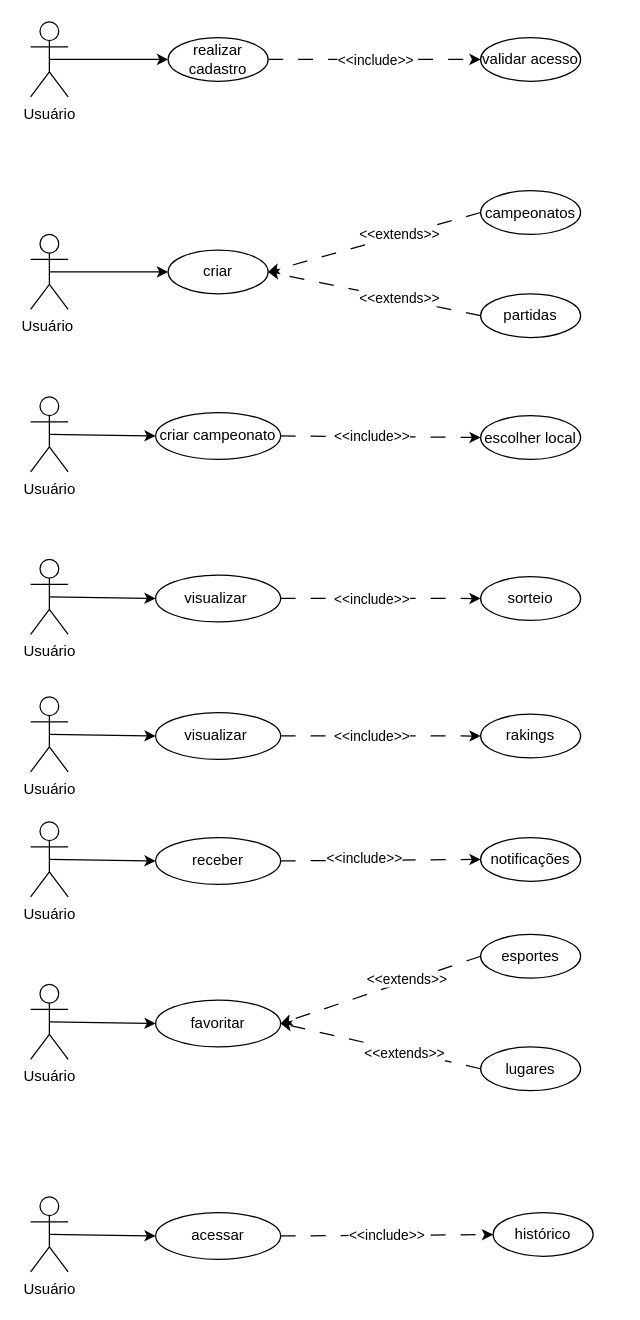
Above: playOnMatch/docs/draw/RFeNF.drawio in batista29/tcc (draw.io), before the change. Source tidied: cells renumbered, new cells numbered last; positions are measured from the earlier drawing's top-left corner, leaving out a move shared by most shapes. Both pictures are drawn from the tidied source at 125%, with x=0, y=0 at pixel (30, 21).
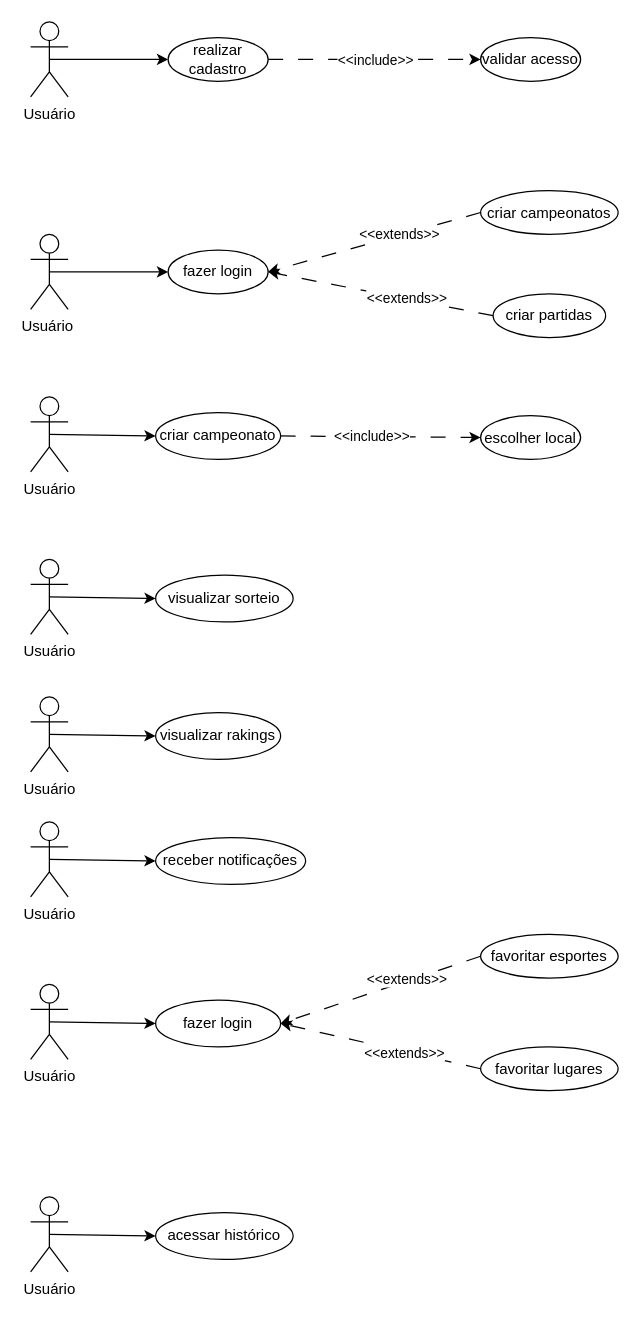
The same page after the edit.

What changed in the source:
```diff
@@
-    <mxCell id="10" value="criar" style="ellipse;whiteSpace=wrap;html=1;" parent="1" vertex="1">
+    <mxCell id="10" value="fazer login" style="ellipse;whiteSpace=wrap;html=1;" parent="1" vertex="1">
       <mxGeometry x="110" y="182.5" width="80" height="35" as="geometry" />
     </mxCell>
@@
-    <mxCell id="15" value="campeonatos" style="ellipse;whiteSpace=wrap;html=1;" parent="1" vertex="1">
-      <mxGeometry x="360" y="135" width="80" height="35" as="geometry" />
+    <mxCell id="15" value="criar campeonatos" style="ellipse;whiteSpace=wrap;html=1;" parent="1" vertex="1">
+      <mxGeometry x="360" y="135" width="110" height="35" as="geometry" />
     </mxCell>
-    <mxCell id="16" value="partidas" style="ellipse;whiteSpace=wrap;html=1;" parent="1" vertex="1">
-      <mxGeometry x="360" y="217.5" width="80" height="35" as="geometry" />
+    <mxCell id="16" value="criar partidas" style="ellipse;whiteSpace=wrap;html=1;" parent="1" vertex="1">
+      <mxGeometry x="370" y="217.5" width="90" height="35" as="geometry" />
     </mxCell>
@@
-    <mxCell id="25" value="visualizar&amp;nbsp;" style="ellipse;whiteSpace=wrap;html=1;" parent="1" vertex="1">
-      <mxGeometry x="100" y="442.5" width="100" height="37.5" as="geometry" />
+    <mxCell id="25" value="visualizar sorteio" style="ellipse;whiteSpace=wrap;html=1;" parent="1" vertex="1">
+      <mxGeometry x="100" y="442.5" width="110" height="37.5" as="geometry" />
     </mxCell>
-    <mxCell id="26" style="endArrow=classic;html=1;rounded=0;exitX=1;exitY=0.5;exitDx=0;exitDy=0;entryX=0;entryY=0.5;entryDx=0;entryDy=0;dashed=1;dashPattern=12 12;" parent="1" edge="1" source="25" target="28">
-      <mxGeometry relative="1" as="geometry" />
-    </mxCell>
-    <mxCell id="27" value="&amp;lt;&amp;lt;include&amp;gt;&amp;gt;" style="edgeLabel;html=1;align=center;verticalAlign=middle;" parent="26" vertex="1">
-      <mxGeometry x="-0.22" y="-1" relative="1" as="geometry">
-        <mxPoint x="11" y="-1" as="offset" />
-      </mxGeometry>
-    </mxCell>
-    <mxCell id="28" value="sorteio" style="ellipse;whiteSpace=wrap;html=1;" parent="1" vertex="1">
-      <mxGeometry x="360" y="443.8" width="80" height="35" as="geometry" />
-    </mxCell>
@@
-    <mxCell id="31" value="visualizar&amp;nbsp;" style="ellipse;whiteSpace=wrap;html=1;" parent="1" vertex="1">
+    <mxCell id="31" value="visualizar rakings" style="ellipse;whiteSpace=wrap;html=1;" parent="1" vertex="1">
       <mxGeometry x="100" y="552.5" width="100" height="37.5" as="geometry" />
     </mxCell>
-    <mxCell id="32" style="endArrow=classic;html=1;rounded=0;exitX=1;exitY=0.5;exitDx=0;exitDy=0;entryX=0;entryY=0.5;entryDx=0;entryDy=0;dashed=1;dashPattern=12 12;" parent="1" edge="1" source="31" target="34">
-      <mxGeometry relative="1" as="geometry" />
-    </mxCell>
-    <mxCell id="33" value="&amp;lt;&amp;lt;include&amp;gt;&amp;gt;" style="edgeLabel;html=1;align=center;verticalAlign=middle;" parent="32" vertex="1">
-      <mxGeometry x="-0.22" y="-1" relative="1" as="geometry">
-        <mxPoint x="11" y="-1" as="offset" />
-      </mxGeometry>
-    </mxCell>
-    <mxCell id="34" value="rakings" style="ellipse;whiteSpace=wrap;html=1;" parent="1" vertex="1">
-      <mxGeometry x="360" y="553.8" width="80" height="35" as="geometry" />
-    </mxCell>
@@
-    <mxCell id="37" value="receber" style="ellipse;whiteSpace=wrap;html=1;" parent="1" vertex="1">
-      <mxGeometry x="100" y="652.5" width="100" height="37.5" as="geometry" />
+    <mxCell id="37" value="receber notificações" style="ellipse;whiteSpace=wrap;html=1;" parent="1" vertex="1">
+      <mxGeometry x="100" y="652.5" width="120" height="37.5" as="geometry" />
     </mxCell>
-    <mxCell id="38" style="endArrow=classic;html=1;rounded=0;exitX=1;exitY=0.5;exitDx=0;exitDy=0;entryX=0;entryY=0.5;entryDx=0;entryDy=0;dashed=1;dashPattern=12 12;" parent="1" edge="1" source="37" target="40">
-      <mxGeometry relative="1" as="geometry" />
-    </mxCell>
-    <mxCell id="39" value="&amp;lt;&amp;lt;include&amp;gt;&amp;gt;" style="edgeLabel;html=1;align=center;verticalAlign=middle;" parent="38" vertex="1">
-      <mxGeometry x="-0.16" y="2" relative="1" as="geometry" />
-    </mxCell>
-    <mxCell id="40" value="notificações" style="ellipse;whiteSpace=wrap;html=1;" parent="1" vertex="1">
-      <mxGeometry x="360" y="652.5" width="80" height="35" as="geometry" />
-    </mxCell>
@@
-    <mxCell id="43" value="favoritar" style="ellipse;whiteSpace=wrap;html=1;" parent="1" vertex="1">
+    <mxCell id="43" value="fazer login" style="ellipse;whiteSpace=wrap;html=1;" parent="1" vertex="1">
       <mxGeometry x="100" y="782.5" width="100" height="37.5" as="geometry" />
     </mxCell>
@@
-    <mxCell id="46" value="esportes" style="ellipse;whiteSpace=wrap;html=1;" parent="1" vertex="1">
-      <mxGeometry x="360" y="730" width="80" height="35" as="geometry" />
+    <mxCell id="46" value="favoritar esportes" style="ellipse;whiteSpace=wrap;html=1;" parent="1" vertex="1">
+      <mxGeometry x="360" y="730" width="110" height="35" as="geometry" />
     </mxCell>
@@
-    <mxCell id="49" value="lugares" style="ellipse;whiteSpace=wrap;html=1;" parent="1" vertex="1">
-      <mxGeometry x="360" y="820" width="80" height="35" as="geometry" />
+    <mxCell id="49" value="favoritar lugares" style="ellipse;whiteSpace=wrap;html=1;" parent="1" vertex="1">
+      <mxGeometry x="360" y="820" width="110" height="35" as="geometry" />
     </mxCell>
@@
-    <mxCell id="52" value="acessar" style="ellipse;whiteSpace=wrap;html=1;" parent="1" vertex="1">
-      <mxGeometry x="100" y="952.5" width="100" height="37.5" as="geometry" />
+    <mxCell id="52" value="acessar histórico" style="ellipse;whiteSpace=wrap;html=1;" parent="1" vertex="1">
+      <mxGeometry x="100" y="952.5" width="110" height="37.5" as="geometry" />
     </mxCell>
-    <mxCell id="53" style="endArrow=classic;html=1;rounded=0;exitX=1;exitY=0.5;exitDx=0;exitDy=0;dashed=1;dashPattern=12 12;" parent="1" edge="1" source="52" target="55">
-      <mxGeometry relative="1" as="geometry" />
-    </mxCell>
-    <mxCell id="54" value="&amp;lt;&amp;lt;include&amp;gt;&amp;gt;" style="edgeLabel;html=1;align=center;verticalAlign=middle;" parent="53" vertex="1">
-      <mxGeometry x="-0.37" y="-1" relative="1" as="geometry">
-        <mxPoint x="30" y="-1" as="offset" />
-      </mxGeometry>
-    </mxCell>
-    <mxCell id="55" value="histórico" style="ellipse;whiteSpace=wrap;html=1;" parent="1" vertex="1">
-      <mxGeometry x="370" y="952.5" width="80" height="35" as="geometry" />
-    </mxCell>
```
